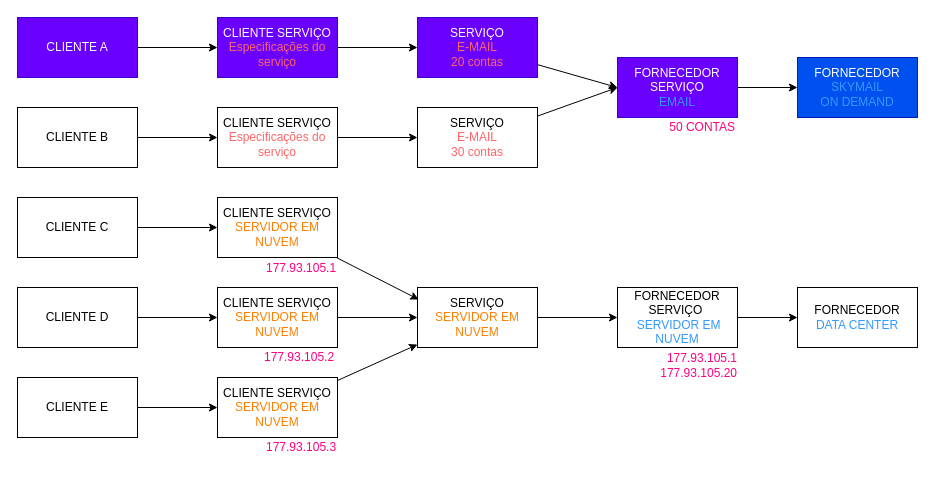
This is page "Caso de Uso - Fornecedores a Clientes" (1 of 6) of docs/draws/BoxApp.drawio from sigespweb22/boxapp-api, a draw.io file, before an edit. Source tidied: cells renumbered, new cells numbered last; positions are measured from the earlier drawing's top-left corner, leaving out a move shared by most shapes. Both pictures are drawn from the tidied source at 100%, with x=0, y=0 at pixel (17, 17).
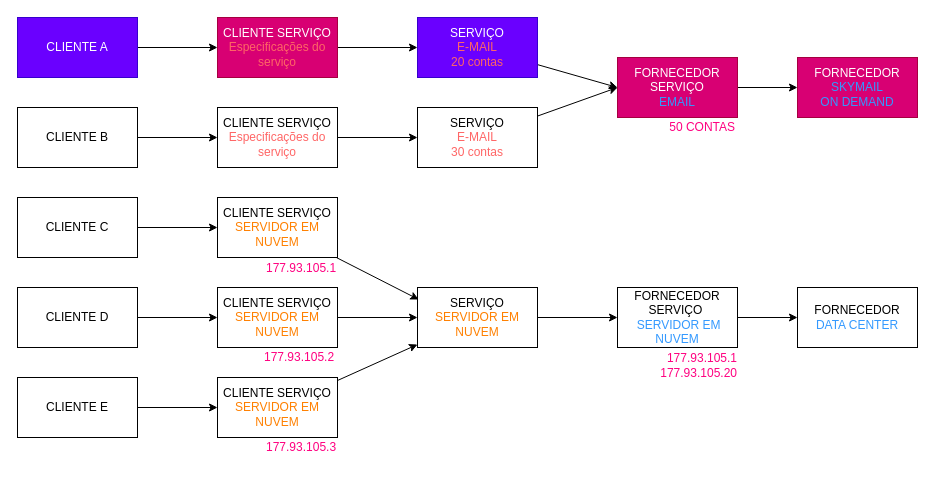
The same page after the edit.

What changed in the source:
```diff
@@
-    <mxCell id="17" value="CLIENTE SERVIÇO&lt;br&gt;&lt;font color=&quot;#ff6666&quot;&gt;Especificações do&lt;br&gt;serviço&lt;/font&gt;" style="rounded=0;whiteSpace=wrap;html=1;fillColor=#6a00ff;fontColor=#ffffff;strokeColor=#3700CC;" parent="1" vertex="1">
+    <mxCell id="17" value="CLIENTE SERVIÇO&lt;br&gt;&lt;font color=&quot;#ff6666&quot;&gt;Especificações do&lt;br&gt;serviço&lt;/font&gt;" style="rounded=0;whiteSpace=wrap;html=1;fillColor=#d80073;fontColor=#ffffff;strokeColor=#A50040;" parent="1" vertex="1">
       <mxGeometry x="200" width="120" height="60" as="geometry" />
     </mxCell>
@@
-    <mxCell id="22" value="FORNECEDOR&lt;br&gt;&lt;font color=&quot;#3399ff&quot;&gt;SKYMAIL&lt;br&gt;ON DEMAND&lt;br&gt;&lt;/font&gt;" style="rounded=0;whiteSpace=wrap;html=1;fillColor=#0050ef;fontColor=#ffffff;strokeColor=#001DBC;" parent="1" vertex="1">
+    <mxCell id="22" value="FORNECEDOR&lt;br&gt;&lt;font color=&quot;#3399ff&quot;&gt;SKYMAIL&lt;br&gt;ON DEMAND&lt;br&gt;&lt;/font&gt;" style="rounded=0;whiteSpace=wrap;html=1;fillColor=#d80073;fontColor=#ffffff;strokeColor=#A50040;" parent="1" vertex="1">
       <mxGeometry x="780" y="40" width="120" height="60" as="geometry" />
     </mxCell>
@@
-    <mxCell id="32" value="FORNECEDOR SERVIÇO&lt;br&gt;&lt;font color=&quot;#3399ff&quot;&gt;EMAIL&lt;/font&gt;" style="rounded=0;whiteSpace=wrap;html=1;fillColor=#6a00ff;fontColor=#ffffff;strokeColor=#3700CC;" parent="1" vertex="1">
+    <mxCell id="32" value="FORNECEDOR SERVIÇO&lt;br&gt;&lt;font color=&quot;#3399ff&quot;&gt;EMAIL&lt;/font&gt;" style="rounded=0;whiteSpace=wrap;html=1;fillColor=#d80073;fontColor=#ffffff;strokeColor=#A50040;" parent="1" vertex="1">
       <mxGeometry x="600" y="40" width="120" height="60" as="geometry" />
     </mxCell>
```
